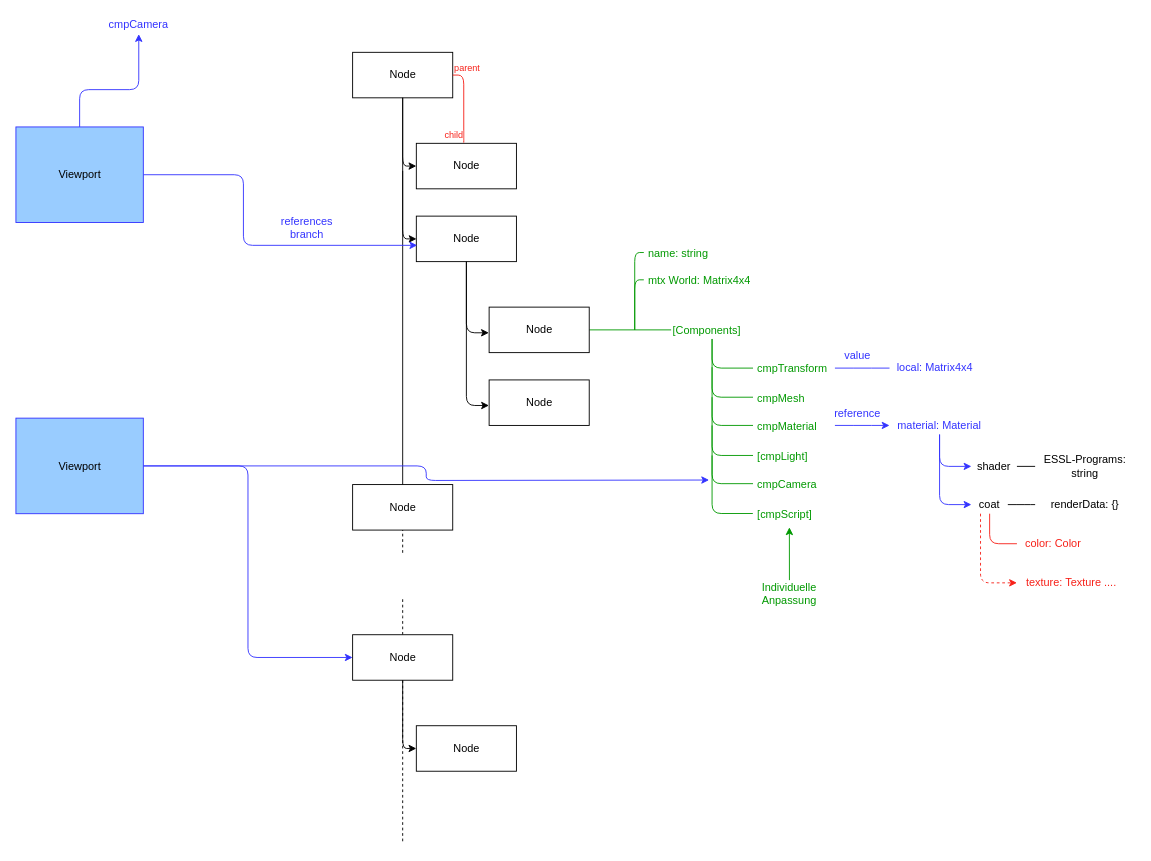
Earlier version of the draw.io diagram Design/FUDGE technical overview.drawio (JirkaDellOro/FUDGE). Source tidied: cells renumbered, new cells numbered last; positions are measured from the earlier drawing's top-left corner, leaving out a move shared by most shapes. Both pictures are drawn from the tidied source at 91%, with x=0, y=0 at pixel (15, 15).
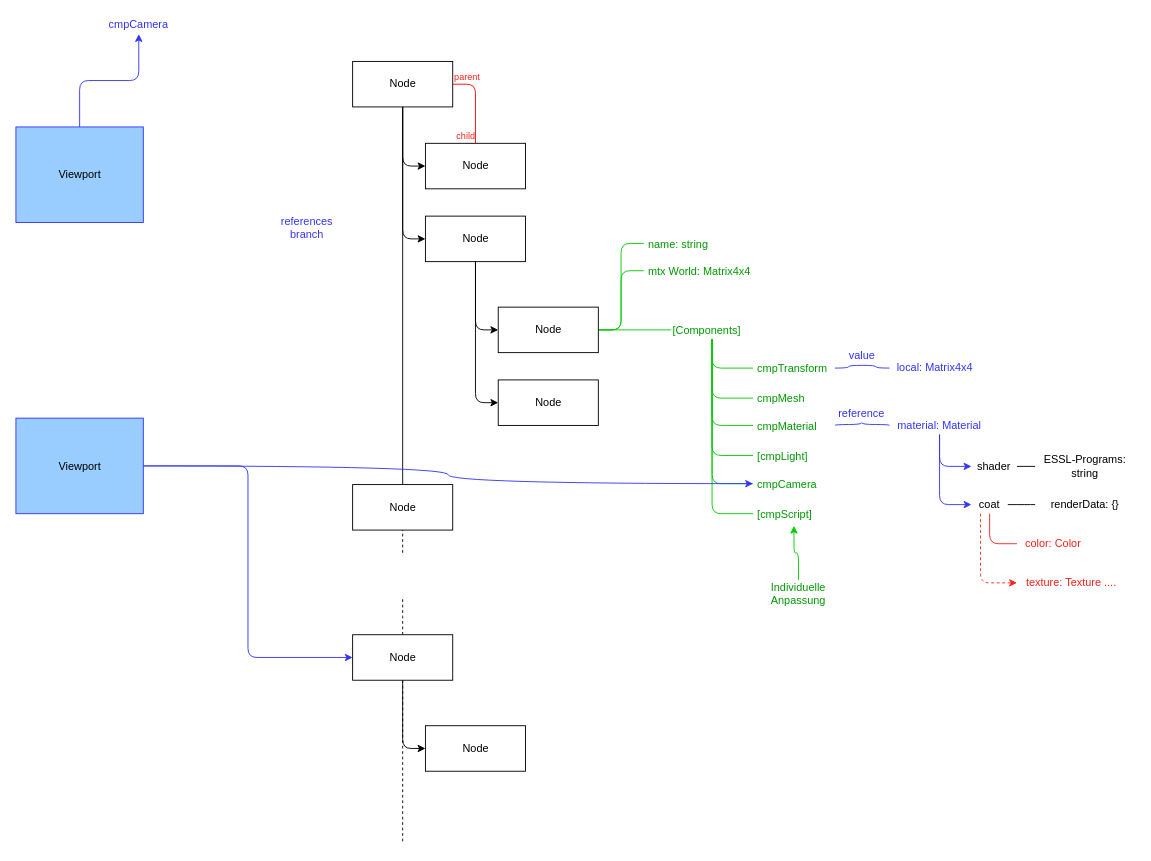
The same diagram, later.

The change refers to these unchanged cells:
```xml
<mxCell id="22" value="[Components]" style="text;strokeColor=none;fillColor=none;align=left;verticalAlign=middle;rounded=0;fontColor=#009900;fontSize=12;labelPosition=center;verticalLabelPosition=middle;" parent="1" vertex="1">
  <mxGeometry x="720" y="335" width="90" height="20" as="geometry" />
</mxCell>
<mxCell id="25" value="cmpTransform" style="text;align=left;fontStyle=0;verticalAlign=middle;spacingLeft=3;spacingRight=3;strokeColor=none;points=[[0,0.5],[1,0.5]];portConstraint=eastwest;fontSize=12;fontColor=#009900;html=0;" parent="1" vertex="1">
  <mxGeometry x="810" y="374" width="90" height="26" as="geometry" />
</mxCell>
<mxCell id="26" value="cmpMesh" style="text;align=left;fontStyle=0;verticalAlign=middle;spacingLeft=3;spacingRight=3;strokeColor=none;points=[[0,0.5],[1,0.5]];portConstraint=eastwest;fontSize=12;fontColor=#009900;html=0;" parent="1" vertex="1">
  <mxGeometry x="810" y="407" width="90" height="26" as="geometry" />
</mxCell>
<mxCell id="28" value="cmpMaterial" style="text;align=left;fontStyle=0;verticalAlign=middle;spacingLeft=3;spacingRight=3;strokeColor=none;points=[[0,0.5],[1,0.5]];portConstraint=eastwest;fontSize=12;fontColor=#009900;html=0;" parent="1" vertex="1">
  <mxGeometry x="810" y="437" width="90" height="26" as="geometry" />
</mxCell>
<mxCell id="29" value="[cmpLight]" style="text;align=left;fontStyle=0;verticalAlign=middle;spacingLeft=3;spacingRight=3;strokeColor=none;points=[[0,0.5],[1,0.5]];portConstraint=eastwest;fontSize=12;fontColor=#009900;html=0;" parent="1" vertex="1">
  <mxGeometry x="810" y="470" width="90" height="26" as="geometry" />
</mxCell>
<mxCell id="30" value="cmpCamera" style="text;align=left;fontStyle=0;verticalAlign=middle;spacingLeft=3;spacingRight=3;strokeColor=none;points=[[0,0.5],[1,0.5]];portConstraint=eastwest;fontSize=12;fontColor=#009900;html=0;" parent="1" vertex="1">
  <mxGeometry x="810" y="499" width="90" height="30" as="geometry" />
</mxCell>
<mxCell id="35" value="[cmpScript]" style="text;align=left;fontStyle=0;verticalAlign=middle;spacingLeft=3;spacingRight=3;strokeColor=none;points=[[0,0.5],[1,0.5]];portConstraint=eastwest;fontSize=12;fontColor=#009900;html=0;direction=west;" parent="1" vertex="1">
  <mxGeometry x="810" y="534" width="90" height="26" as="geometry" />
</mxCell>
<mxCell id="41" value="Viewport" style="html=1;fillColor=#99CCFF;strokeColor=#3333FF;gradientColor=none;" parent="1" vertex="1">
  <mxGeometry y="442" width="140" height="105" as="geometry" />
</mxCell>
<mxCell id="44" value="Viewport" style="html=1;fillColor=#99CCFF;strokeColor=#3333FF;gradientColor=none;" parent="1" vertex="1">
  <mxGeometry y="122" width="140" height="105" as="geometry" />
</mxCell>
<mxCell id="47" value="&lt;div&gt;Node&lt;/div&gt;" style="html=1;" parent="1" vertex="1">
  <mxGeometry x="370" y="680" width="110" height="50" as="geometry" />
</mxCell>
<mxCell id="51" value="&lt;font color=&quot;#3333FF&quot;&gt;cmpCamera&lt;/font&gt;" style="text;html=1;strokeColor=none;fillColor=none;align=center;verticalAlign=middle;whiteSpace=wrap;rounded=0;" parent="1" vertex="1">
  <mxGeometry x="90" width="90" height="20" as="geometry" />
</mxCell>
<mxCell id="53" value="&lt;font color=&quot;#3333FF&quot;&gt;local: Matrix4x4&lt;/font&gt;" style="text;html=1;strokeColor=none;fillColor=none;align=center;verticalAlign=middle;whiteSpace=wrap;rounded=0;" parent="1" vertex="1">
  <mxGeometry x="960" y="377" width="100" height="20" as="geometry" />
</mxCell>
<mxCell id="57" value="&lt;font color=&quot;#3333FF&quot;&gt;material: Material&lt;/font&gt;" style="text;html=1;strokeColor=none;fillColor=none;align=center;verticalAlign=middle;whiteSpace=wrap;rounded=0;" parent="1" vertex="1">
  <mxGeometry x="960" y="440" width="110" height="20" as="geometry" />
</mxCell>
```

Change to the diagram source:
```diff
@@
+    <mxCell id="10" style="rounded=1;jettySize=auto;html=1;entryX=0;entryY=0.5;entryDx=0;entryDy=0;elbow=vertical;edgeStyle=orthogonalEdgeStyle;" parent="1" edge="1" source="2" target="3">
+      <mxGeometry relative="1" as="geometry" />
+    </mxCell>
+    <mxCell id="68" style="edgeStyle=orthogonalEdgeStyle;rounded=1;jettySize=auto;html=1;entryX=0;entryY=0.5;entryDx=0;entryDy=0;strokeColor=#000000;" parent="1" edge="1" source="2" target="4">
+      <mxGeometry relative="1" as="geometry" />
+    </mxCell>
     <mxCell id="2" value="&lt;div&gt;Node&lt;/div&gt;" style="html=1;" parent="1" vertex="1">
-      <mxGeometry x="370" y="40" width="110" height="50" as="geometry" />
+      <mxGeometry x="370" y="50" width="110" height="50" as="geometry" />
     </mxCell>
     <mxCell id="3" value="&lt;div&gt;Node&lt;/div&gt;" style="html=1;" parent="1" vertex="1">
-      <mxGeometry x="440" y="140" width="110" height="50" as="geometry" />
+      <mxGeometry x="450" y="140" width="110" height="50" as="geometry" />
     </mxCell>
+    <mxCell id="69" style="edgeStyle=orthogonalEdgeStyle;rounded=1;jettySize=auto;html=1;entryX=0;entryY=0.5;entryDx=0;entryDy=0;" parent="1" edge="1" source="4" target="6">
+      <mxGeometry relative="1" as="geometry" />
+    </mxCell>
+    <mxCell id="70" style="edgeStyle=orthogonalEdgeStyle;rounded=1;jettySize=auto;html=1;entryX=0;entryY=0.5;entryDx=0;entryDy=0;" parent="1" edge="1" source="4" target="7">
+      <mxGeometry relative="1" as="geometry" />
+    </mxCell>
     <mxCell id="4" value="&lt;div&gt;Node&lt;/div&gt;" style="html=1;" parent="1" vertex="1">
-      <mxGeometry x="440" y="220" width="110" height="50" as="geometry" />
+      <mxGeometry x="450" y="220" width="110" height="50" as="geometry" />
     </mxCell>
-    <mxCell id="5" style="edgeStyle=segmentEdgeStyle;jumpSize=1;jettySize=auto;html=1;endArrow=none;endFill=0;strokeColor=#009900;fontColor=#000000;" parent="1" edge="1" source="6" target="22">
-      <mxGeometry relative="1" as="geometry" />
-    </mxCell>
+    <mxCell id="71" style="edgeStyle=orthogonalEdgeStyle;rounded=1;orthogonalLoop=1;jettySize=auto;html=1;entryX=0;entryY=0.5;entryDx=0;entryDy=0;strokeColor=#00CC00;endArrow=none;endFill=0;" parent="1" edge="1">
+      <mxGeometry relative="1" as="geometry">
+        <mxPoint x="640" y="345" as="sourcePoint" />
+        <mxPoint x="720" y="345" as="targetPoint" />
+        <Array as="points">
+          <mxPoint x="680" y="345" />
+          <mxPoint x="680" y="345" />
+        </Array>
+      </mxGeometry>
+    </mxCell>
+    <mxCell id="72" style="rounded=1;jettySize=auto;html=1;endArrow=none;endFill=0;strokeColor=#00CC00;entryX=0;entryY=0.5;entryDx=0;entryDy=0;edgeStyle=elbowEdgeStyle;" parent="1" edge="1" target="21">
+      <mxGeometry relative="1" as="geometry">
+        <mxPoint x="640" y="345" as="sourcePoint" />
+      </mxGeometry>
+    </mxCell>
+    <mxCell id="73" style="rounded=1;jettySize=auto;html=1;entryX=0;entryY=0.5;entryDx=0;entryDy=0;endArrow=none;endFill=0;strokeColor=#00CC00;exitX=1;exitY=0.5;exitDx=0;exitDy=0;edgeStyle=elbowEdgeStyle;" parent="1" edge="1" source="6" target="19">
+      <mxGeometry relative="1" as="geometry" />
+    </mxCell>
     <mxCell id="6" value="&lt;div&gt;Node&lt;/div&gt;" style="html=1;" parent="1" vertex="1">
-      <mxGeometry x="520" y="320" width="110" height="50" as="geometry" />
+      <mxGeometry x="530" y="320" width="110" height="50" as="geometry" />
     </mxCell>
     <mxCell id="7" value="&lt;div&gt;Node&lt;/div&gt;" style="html=1;" parent="1" vertex="1">
-      <mxGeometry x="520" y="400" width="110" height="50" as="geometry" />
+      <mxGeometry x="530" y="400" width="110" height="50" as="geometry" />
     </mxCell>
@@
-    <mxCell id="10" style="edgeStyle=segmentEdgeStyle;endArrow=classic;html=1;strokeColor=#000000;jumpSize=1;exitX=0.5;exitY=1;exitDx=0;exitDy=0;entryX=0;entryY=0.5;entryDx=0;entryDy=0;" parent="1" edge="1" source="2" target="3">
-      <mxGeometry relative="1" as="geometry">
-        <Array as="points">
-          <mxPoint x="425" y="165" />
-        </Array>
-      </mxGeometry>
-    </mxCell>
-    <mxCell id="11" style="edgeStyle=segmentEdgeStyle;endArrow=classic;html=1;strokeColor=#000000;jumpSize=1;exitX=0.5;exitY=1;exitDx=0;exitDy=0;entryX=0;entryY=0.5;entryDx=0;entryDy=0;" parent="1" edge="1">
-      <mxGeometry relative="1" as="geometry">
-        <mxPoint x="425" y="170.2" as="sourcePoint" />
-        <mxPoint x="440.2" y="245" as="targetPoint" />
-        <Array as="points">
-          <mxPoint x="425" y="245" />
-        </Array>
-      </mxGeometry>
-    </mxCell>
-    <mxCell id="12" style="edgeStyle=segmentEdgeStyle;endArrow=classic;html=1;strokeColor=#000000;jumpSize=1;exitX=0.5;exitY=1;exitDx=0;exitDy=0;entryX=-0.003;entryY=0.564;entryDx=0;entryDy=0;entryPerimeter=0;" parent="1" edge="1" target="6">
-      <mxGeometry relative="1" as="geometry">
-        <mxPoint x="495" y="270" as="sourcePoint" />
-        <Array as="points">
-          <mxPoint x="495" y="348" />
-        </Array>
-      </mxGeometry>
-    </mxCell>
-    <mxCell id="13" style="edgeStyle=segmentEdgeStyle;endArrow=classic;html=1;strokeColor=#000000;jumpSize=1;entryX=-0.016;entryY=0.566;entryDx=0;entryDy=0;entryPerimeter=0;exitX=0.5;exitY=1;exitDx=0;exitDy=0;" parent="1" edge="1" source="4">
-      <mxGeometry relative="1" as="geometry">
-        <mxPoint x="519.8" y="428.1" as="targetPoint" />
-        <Array as="points">
-          <mxPoint x="495" y="428" />
-        </Array>
-      </mxGeometry>
-    </mxCell>
@@
-    <mxCell id="15" style="endArrow=none;html=1;edgeStyle=orthogonalEdgeStyle;entryX=0.474;entryY=-0.015;entryDx=0;entryDy=0;entryPerimeter=0;exitX=1;exitY=0.5;exitDx=0;exitDy=0;fillColor=#e1d5e7;strokeColor=#F72119;fontColor=#F72119;" parent="1" edge="1" source="2" target="3">
-      <mxGeometry relative="1" as="geometry">
-        <Array as="points">
-          <mxPoint x="492" y="65" />
-        </Array>
-      </mxGeometry>
+    <mxCell id="15" style="endArrow=none;html=1;entryX=0.5;entryY=0;entryDx=0;entryDy=0;exitX=1;exitY=0.5;exitDx=0;exitDy=0;fillColor=#e1d5e7;strokeColor=#FF0000;fontColor=#F72119;edgeStyle=orthogonalEdgeStyle;" parent="1" edge="1" source="2" target="3">
+      <mxGeometry relative="1" as="geometry" />
     </mxCell>
@@
-    <mxCell id="18" style="edgeStyle=elbowEdgeStyle;elbow=horizontal;endArrow=none;html=1;strokeColor=#009900;fontColor=#000000;endFill=0;" parent="1" edge="1" target="19">
-      <mxGeometry relative="1" as="geometry">
-        <mxPoint x="680" y="345" as="sourcePoint" />
-        <Array as="points">
-          <mxPoint x="680" y="300" />
-        </Array>
-      </mxGeometry>
-    </mxCell>
     <mxCell id="19" value="name: string" style="text;align=left;fontStyle=0;verticalAlign=middle;spacingLeft=3;spacingRight=3;strokeColor=none;points=[[0,0.5],[1,0.5]];portConstraint=eastwest;fontSize=12;fontColor=#009900;" parent="1" vertex="1">
-      <mxGeometry x="690" y="247" width="80" height="26" as="geometry" />
+      <mxGeometry x="690" y="237" width="80" height="26" as="geometry" />
     </mxCell>
-    <mxCell id="20" style="edgeStyle=elbowEdgeStyle;elbow=horizontal;endArrow=none;html=1;strokeColor=#009900;fontColor=#000000;endFill=0;" parent="1" edge="1">
-      <mxGeometry relative="1" as="geometry">
-        <mxPoint x="680" y="345" as="sourcePoint" />
-        <mxPoint x="690" y="290" as="targetPoint" />
-        <Array as="points">
-          <mxPoint x="680" y="330" />
-        </Array>
-      </mxGeometry>
-    </mxCell>
     <mxCell id="21" value="mtx World: Matrix4x4" style="text;align=left;fontStyle=0;verticalAlign=middle;spacingLeft=3;spacingRight=3;strokeColor=none;points=[[0,0.5],[1,0.5]];portConstraint=eastwest;fontSize=12;fontColor=#009900;" parent="1" vertex="1">
-      <mxGeometry x="690" y="277" width="130" height="26" as="geometry" />
+      <mxGeometry x="690" y="267" width="130" height="26" as="geometry" />
     </mxCell>
+    <mxCell id="74" style="edgeStyle=orthogonalEdgeStyle;rounded=1;jettySize=auto;html=1;entryX=0;entryY=0.5;entryDx=0;entryDy=0;strokeColor=#00CC00;endArrow=none;endFill=0;" parent="1" edge="1" source="22" target="25">
+      <mxGeometry relative="1" as="geometry" />
+    </mxCell>
+    <mxCell id="75" style="edgeStyle=orthogonalEdgeStyle;rounded=1;jettySize=auto;html=1;entryX=0;entryY=0.5;entryDx=0;entryDy=0;strokeColor=#00CC00;endArrow=none;endFill=0;" parent="1" edge="1" source="22" target="26">
+      <mxGeometry relative="1" as="geometry" />
+    </mxCell>
+    <mxCell id="76" style="edgeStyle=orthogonalEdgeStyle;rounded=1;jettySize=auto;html=1;entryX=0;entryY=0.5;entryDx=0;entryDy=0;strokeColor=#00CC00;endArrow=none;endFill=0;" parent="1" edge="1" source="22" target="28">
+      <mxGeometry relative="1" as="geometry" />
+    </mxCell>
+    <mxCell id="77" style="edgeStyle=orthogonalEdgeStyle;rounded=1;jettySize=auto;html=1;entryX=0;entryY=0.5;entryDx=0;entryDy=0;strokeColor=#00CC00;endArrow=none;endFill=0;" parent="1" edge="1" source="22" target="29">
+      <mxGeometry relative="1" as="geometry" />
+    </mxCell>
+    <mxCell id="78" style="edgeStyle=orthogonalEdgeStyle;rounded=1;jettySize=auto;html=1;entryX=0;entryY=0.5;entryDx=0;entryDy=0;strokeColor=#00CC00;endArrow=none;endFill=0;" parent="1" edge="1" source="22" target="30">
+      <mxGeometry relative="1" as="geometry" />
+    </mxCell>
+    <mxCell id="79" style="edgeStyle=orthogonalEdgeStyle;rounded=1;jettySize=auto;html=1;entryX=1;entryY=0.5;entryDx=0;entryDy=0;strokeColor=#00CC00;endArrow=none;endFill=0;" parent="1" edge="1" source="22" target="35">
+      <mxGeometry relative="1" as="geometry" />
+    </mxCell>
@@
-    <mxCell id="23" style="edgeStyle=segmentEdgeStyle;endArrow=none;html=1;strokeColor=#009900;fontSize=12;fontColor=#009900;exitX=0.5;exitY=1;exitDx=0;exitDy=0;endFill=0;comic=0;" parent="1" edge="1" source="22">
-      <mxGeometry relative="1" as="geometry">
-        <mxPoint x="810" y="387" as="targetPoint" />
-        <Array as="points">
-          <mxPoint x="765" y="387" />
-        </Array>
-      </mxGeometry>
-    </mxCell>
-    <mxCell id="24" style="edgeStyle=orthogonalEdgeStyle;rounded=1;jettySize=auto;html=1;startArrow=none;startFill=0;endArrow=none;endFill=0;strokeColor=#3333FF;" parent="1" edge="1" source="25">
-      <mxGeometry relative="1" as="geometry">
-        <mxPoint x="960" y="387" as="targetPoint" />
-      </mxGeometry>
-    </mxCell>
@@
-    <mxCell id="27" style="edgeStyle=orthogonalEdgeStyle;rounded=1;jettySize=auto;html=1;startArrow=none;startFill=0;endArrow=classic;endFill=1;strokeColor=#3333FF;" parent="1" edge="1" source="28">
-      <mxGeometry relative="1" as="geometry">
-        <mxPoint x="960" y="450" as="targetPoint" />
-      </mxGeometry>
-    </mxCell>
+    <mxCell id="80" style="edgeStyle=elbowEdgeStyle;jettySize=auto;elbow=vertical;html=1;entryX=0.5;entryY=1;entryDx=0;entryDy=0;endArrow=none;endFill=0;strokeColor=#3333FF;exitX=1;exitY=0.5;exitDx=0;exitDy=0;curved=1;" parent="1" edge="1" source="28" target="54">
+      <mxGeometry relative="1" as="geometry" />
+    </mxCell>
@@
-    <mxCell id="31" style="edgeStyle=segmentEdgeStyle;endArrow=none;html=1;strokeColor=#009900;fontSize=12;fontColor=#009900;endFill=0;comic=0;exitX=0.5;exitY=1;exitDx=0;exitDy=0;" parent="1" edge="1" source="22">
-      <mxGeometry relative="1" as="geometry">
-        <mxPoint x="810" y="419" as="targetPoint" />
-        <Array as="points">
-          <mxPoint x="765" y="419" />
-        </Array>
-      </mxGeometry>
-    </mxCell>
-    <mxCell id="32" style="edgeStyle=segmentEdgeStyle;endArrow=none;html=1;strokeColor=#009900;fontSize=12;fontColor=#009900;endFill=0;comic=0;exitX=0.5;exitY=1;exitDx=0;exitDy=0;" parent="1" edge="1">
-      <mxGeometry relative="1" as="geometry">
-        <mxPoint x="765" y="386" as="sourcePoint" />
-        <mxPoint x="810" y="450" as="targetPoint" />
-        <Array as="points">
-          <mxPoint x="765" y="450" />
-        </Array>
-      </mxGeometry>
-    </mxCell>
-    <mxCell id="33" style="edgeStyle=segmentEdgeStyle;endArrow=none;html=1;strokeColor=#009900;fontSize=12;fontColor=#009900;endFill=0;comic=0;exitX=0.5;exitY=1;exitDx=0;exitDy=0;" parent="1" edge="1">
-      <mxGeometry relative="1" as="geometry">
-        <mxPoint x="765" y="419" as="sourcePoint" />
-        <mxPoint x="810" y="483" as="targetPoint" />
-        <Array as="points">
-          <mxPoint x="765" y="483" />
-        </Array>
-      </mxGeometry>
-    </mxCell>
-    <mxCell id="34" style="edgeStyle=segmentEdgeStyle;endArrow=none;html=1;strokeColor=#009900;fontSize=12;fontColor=#009900;endFill=0;comic=0;exitX=0.5;exitY=1;exitDx=0;exitDy=0;" parent="1" edge="1">
-      <mxGeometry relative="1" as="geometry">
-        <mxPoint x="765" y="450" as="sourcePoint" />
-        <mxPoint x="810" y="514" as="targetPoint" />
-        <Array as="points">
-          <mxPoint x="765" y="514" />
-        </Array>
-      </mxGeometry>
-    </mxCell>
@@
-    <mxCell id="36" style="edgeStyle=segmentEdgeStyle;endArrow=none;html=1;strokeColor=#009900;fontSize=12;fontColor=#009900;endFill=0;comic=0;exitX=0.5;exitY=1;exitDx=0;exitDy=0;" parent="1" edge="1">
-      <mxGeometry relative="1" as="geometry">
-        <mxPoint x="765" y="483" as="sourcePoint" />
-        <mxPoint x="809.8" y="546.8" as="targetPoint" />
-        <Array as="points">
-          <mxPoint x="765" y="546.7" />
-        </Array>
-      </mxGeometry>
-    </mxCell>
-    <mxCell id="37" style="endArrow=classic;html=1;strokeColor=#009900;fontSize=12;fontColor=#009900;entryX=0.556;entryY=-0.077;entryDx=0;entryDy=0;entryPerimeter=0;" parent="1" edge="1" target="35">
-      <mxGeometry relative="1" as="geometry">
-        <mxPoint x="850" y="620" as="sourcePoint" />
-      </mxGeometry>
-    </mxCell>
+    <mxCell id="81" style="edgeStyle=elbowEdgeStyle;jettySize=auto;elbow=vertical;html=1;entryX=0.5;entryY=-0.013;entryDx=0;entryDy=0;entryPerimeter=0;endArrow=classic;endFill=1;strokeColor=#00CC00;rounded=1;" parent="1" edge="1" source="38" target="35">
+      <mxGeometry relative="1" as="geometry" />
+    </mxCell>
     <mxCell id="38" value="&lt;div&gt;Individuelle&lt;/div&gt;&lt;div&gt;Anpassung&lt;br&gt;&lt;/div&gt;" style="text;html=1;strokeColor=none;fillColor=none;align=center;verticalAlign=middle;whiteSpace=wrap;rounded=0;fontSize=12;fontColor=#009900;" parent="1" vertex="1">
-      <mxGeometry x="810" y="620" width="80" height="30" as="geometry" />
+      <mxGeometry x="820" y="620" width="80" height="30" as="geometry" />
     </mxCell>
-    <mxCell id="39" style="edgeStyle=orthogonalEdgeStyle;jettySize=auto;html=1;strokeColor=#3333FF;rounded=1;" parent="1" edge="1" source="41">
-      <mxGeometry relative="1" as="geometry">
-        <mxPoint x="761.7" y="510" as="targetPoint" />
-      </mxGeometry>
-    </mxCell>
-    <mxCell id="40" style="rounded=1;jettySize=auto;html=1;entryX=0;entryY=0.5;entryDx=0;entryDy=0;endArrow=classic;endFill=1;strokeColor=#3333FF;startArrow=none;startFill=0;edgeStyle=orthogonalEdgeStyle;elbow=vertical;" parent="1" edge="1" source="41" target="47">
-      <mxGeometry relative="1" as="geometry">
-        <Array as="points">
-          <mxPoint x="255" y="495" />
-          <mxPoint x="255" y="705" />
-        </Array>
-      </mxGeometry>
+    <mxCell id="40" style="edgeStyle=orthogonalEdgeStyle;rounded=1;jettySize=auto;html=1;entryX=0;entryY=0.5;entryDx=0;entryDy=0;strokeColor=#3333FF;" parent="1" edge="1" source="41" target="47">
+      <mxGeometry relative="1" as="geometry" />
     </mxCell>
+    <mxCell id="82" style="edgeStyle=orthogonalEdgeStyle;rounded=0;jettySize=auto;html=1;entryX=0;entryY=0.5;entryDx=0;entryDy=0;strokeColor=#3333FF;curved=1;" parent="1" edge="1" source="41" target="30">
+      <mxGeometry relative="1" as="geometry" />
+    </mxCell>
@@
-    <mxCell id="42" style="edgeStyle=orthogonalEdgeStyle;rounded=1;jettySize=auto;html=1;startArrow=none;startFill=0;endArrow=classic;endFill=1;strokeColor=#3333FF;entryX=0.009;entryY=0.642;entryDx=0;entryDy=0;entryPerimeter=0;" parent="1" edge="1" source="44" target="4">
-      <mxGeometry relative="1" as="geometry">
-        <Array as="points">
-          <mxPoint x="250" y="174" />
-          <mxPoint x="250" y="252" />
-        </Array>
-      </mxGeometry>
-    </mxCell>
-    <mxCell id="43" style="edgeStyle=orthogonalEdgeStyle;rounded=1;jettySize=auto;html=1;startArrow=none;startFill=0;endArrow=classic;endFill=1;strokeColor=#3333FF;entryX=0.5;entryY=1;entryDx=0;entryDy=0;" parent="1" edge="1" source="44" target="51">
-      <mxGeometry relative="1" as="geometry">
-        <Array as="points">
-          <mxPoint x="70" y="81" />
-          <mxPoint x="135" y="81" />
-        </Array>
-      </mxGeometry>
+    <mxCell id="43" style="edgeStyle=elbowEdgeStyle;rounded=1;jettySize=auto;elbow=vertical;html=1;entryX=0.5;entryY=1;entryDx=0;entryDy=0;endArrow=classic;endFill=1;strokeColor=#3333FF;" parent="1" edge="1" source="44" target="51">
+      <mxGeometry relative="1" as="geometry" />
     </mxCell>
@@
+    <mxCell id="83" style="edgeStyle=orthogonalEdgeStyle;rounded=1;jettySize=auto;html=1;entryX=0;entryY=0.5;entryDx=0;entryDy=0;" parent="1" edge="1" source="47" target="48">
+      <mxGeometry relative="1" as="geometry" />
+    </mxCell>
@@
     <mxCell id="48" value="&lt;div&gt;Node&lt;/div&gt;" style="html=1;" parent="1" vertex="1">
-      <mxGeometry x="440" y="780" width="110" height="50" as="geometry" />
+      <mxGeometry x="450" y="780" width="110" height="50" as="geometry" />
     </mxCell>
-    <mxCell id="49" style="edgeStyle=segmentEdgeStyle;endArrow=classic;html=1;strokeColor=#000000;jumpSize=1;exitX=0.5;exitY=1;exitDx=0;exitDy=0;entryX=0;entryY=0.5;entryDx=0;entryDy=0;rounded=1;" parent="1" edge="1" target="48">
-      <mxGeometry relative="1" as="geometry">
-        <mxPoint x="425" y="730" as="sourcePoint" />
-        <Array as="points">
-          <mxPoint x="425" y="805" />
-        </Array>
-      </mxGeometry>
-    </mxCell>
@@
+    <mxCell id="84" style="jettySize=auto;html=1;entryX=0;entryY=0.5;entryDx=0;entryDy=0;endArrow=none;endFill=0;strokeColor=#3333FF;exitX=0.5;exitY=1;exitDx=0;exitDy=0;edgeStyle=elbowEdgeStyle;curved=1;" parent="1" edge="1" source="52" target="53">
+      <mxGeometry relative="1" as="geometry" />
+    </mxCell>
+    <mxCell id="85" style="edgeStyle=elbowEdgeStyle;jettySize=auto;html=1;entryX=1;entryY=0.5;entryDx=0;entryDy=0;endArrow=none;endFill=0;strokeColor=#3333FF;exitX=0.5;exitY=1;exitDx=0;exitDy=0;curved=1;" parent="1" edge="1" source="52" target="25">
+      <mxGeometry relative="1" as="geometry" />
+    </mxCell>
     <mxCell id="52" value="&lt;font color=&quot;#3333FF&quot;&gt;value&lt;/font&gt;" style="text;html=1;strokeColor=none;fillColor=none;align=center;verticalAlign=middle;whiteSpace=wrap;rounded=0;" parent="1" vertex="1">
-      <mxGeometry x="905" y="364" width="40" height="20" as="geometry" />
+      <mxGeometry x="910" y="364" width="40" height="20" as="geometry" />
     </mxCell>
@@
     <mxCell id="54" value="&lt;font color=&quot;#3333FF&quot;&gt;reference&lt;/font&gt;" style="text;html=1;strokeColor=none;fillColor=none;align=center;verticalAlign=middle;whiteSpace=wrap;rounded=0;" parent="1" vertex="1">
-      <mxGeometry x="890" y="427" width="70" height="20" as="geometry" />
+      <mxGeometry x="890" y="427" width="79" height="20" as="geometry" />
     </mxCell>
@@
+    <mxCell id="86" style="edgeStyle=elbowEdgeStyle;jettySize=auto;html=1;entryX=0.5;entryY=1;entryDx=0;entryDy=0;endArrow=none;endFill=0;strokeColor=#3333FF;elbow=vertical;exitX=0;exitY=0.5;exitDx=0;exitDy=0;curved=1;" parent="1" edge="1" source="57" target="54">
+      <mxGeometry relative="1" as="geometry" />
+    </mxCell>
```
